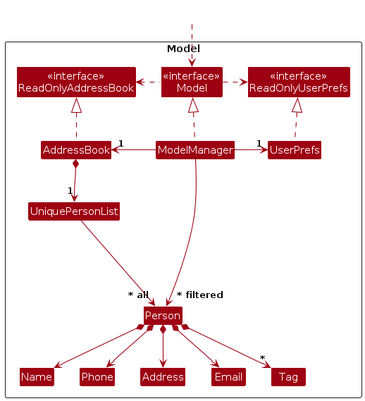
Before: diagrams/ModelClassDiagram.png, a diagram exported from PlantUML (AY2627S1-CS2103T-W13-4/tp). Its source is kept beside it as diagrams/ModelClassDiagram.puml.
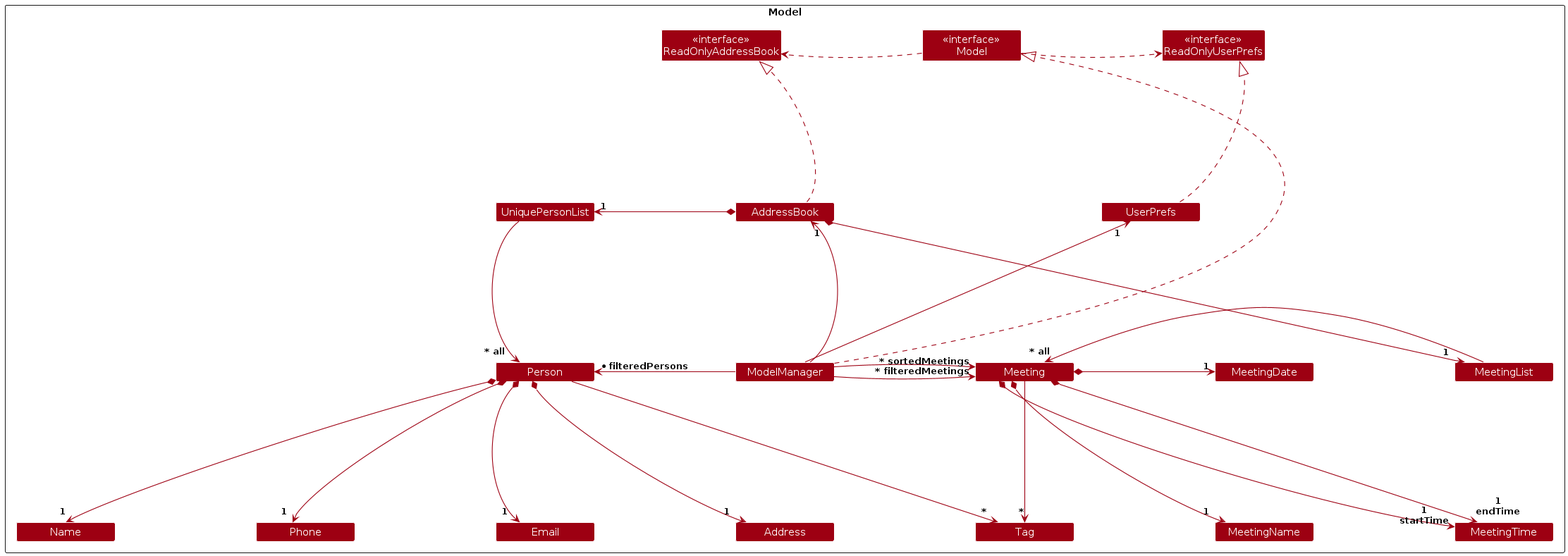
After the change.

Change to the diagram source:
```diff
@@ -1,10 +1,13 @@
 @startuml
 !include style.puml
+skinparam MinClassWidth 140
 skinparam arrowThickness 1.1
 skinparam arrowColor MODEL_COLOR
 skinparam classBackgroundColor MODEL_COLOR
+skinparam nodesep 200
+skinparam ranksep 200
 
-Package Model as ModelPackage <<Rectangle>>{
+Package Model as ModelPackage <<Rectangle>> {
 Class "<<interface>>\nReadOnlyAddressBook" as ReadOnlyAddressBook
 Class "<<interface>>\nReadOnlyUserPrefs" as ReadOnlyUserPrefs
 Class "<<interface>>\nModel" as Model
@@ -14,41 +17,68 @@
 
 Class UniquePersonList
 Class Person
-Class Address
-Class Email
 Class Name
 Class Phone
+Class Email
+Class Address
+Class MeetingList
+Class Meeting
+Class MeetingName
+Class MeetingTime
+Class MeetingDate
 Class Tag
-
-Class I #FFFFFF
 }
 
-Class HiddenOutside #FFFFFF
-HiddenOutside ..> Model
 
-AddressBook .up.|> ReadOnlyAddressBook
+AddressBook .[norank].|> ReadOnlyAddressBook
+ModelManager .[norank].|> Model
+Model .[norank].> ReadOnlyAddressBook
+Model .[norank].> ReadOnlyUserPrefs
+ModelManager -[norank]-> "1" AddressBook
+ModelManager -[norank]-> "1" UserPrefs
+UserPrefs .[norank].|> ReadOnlyUserPrefs
 
-ModelManager .up.|> Model
-Model .right.> ReadOnlyUserPrefs
-Model .left.> ReadOnlyAddressBook
-ModelManager -left-> "1" AddressBook
-ModelManager -right-> "1" UserPrefs
-UserPrefs .up.|> ReadOnlyUserPrefs
+AddressBook *-[norank]-> "1" UniquePersonList
+UniquePersonList -[norank]-> "~* all" Person
+AddressBook *-[norank]-> "1" MeetingList
+MeetingList -[norank]-> "~* all" Meeting
+Person *-down-> "1" Name
+Person *-down-> "1" Phone
+Person *-down-> "1" Email
+Person *-down-> "1" Address
+Person -[norank]-> "*" Tag
+Meeting *-down-> "1" MeetingName
+Meeting *-right-> "1" MeetingDate
+Meeting *-down-> "1\nstartTime" MeetingTime
+Meeting *-down-> "1\nendTime" MeetingTime
+Meeting -right-> "*" Tag
+ModelManager -[norank]-> "~* filteredMeetings" Meeting
+ModelManager -[norank]-> "~* sortedMeetings" Meeting
+ModelManager -[norank]-> "* filteredPersons" Person
 
-AddressBook *--> "1" UniquePersonList
-UniquePersonList --> "~* all" Person
-Person *--> Name
-Person *--> Phone
-Person *--> Email
-Person *--> Address
-Person *--> "*" Tag
 
-Person -[hidden]up--> I
-UniquePersonList -[hidden]right-> I
-
+ReadOnlyAddressBook -[hidden]right-> Model
+Model -[hidden]right-> ReadOnlyUserPrefs
+ReadOnlyAddressBook -[hidden]down-> AddressBook
+ReadOnlyUserPrefs -[hidden]down-> UserPrefs
+AddressBook -[hidden]right-> UserPrefs
+AddressBook -[hidden]down-> ModelManager
+UniquePersonList -[hidden]right-> ModelManager
+ModelManager -[hidden]right-> MeetingList
+UniquePersonList -[hidden]down-> Person
+MeetingList -[hidden]left-> Meeting
+Person -[hidden]right-> Meeting
+Person -[hidden]down-> Name
+Person -[hidden]down-> Phone
+Person -[hidden]down-> Email
+Person -[hidden]down-> Address
+Meeting -[hidden]down-> MeetingName
+Meeting -[hidden]down-> MeetingTime
+ModelManager -[hidden]down-> Tag
 Name -[hidden]right-> Phone
-Phone -[hidden]right-> Address
-Address -[hidden]right-> Email
-
-ModelManager --> "~* filtered" Person
+Phone -[hidden]right-> Email
+Email -[hidden]right-> Address
+Address -[hidden]right-> Tag
+Tag -[hidden]right-> MeetingName
+MeetingName -[hidden]right-> MeetingTime
 @enduml
```
